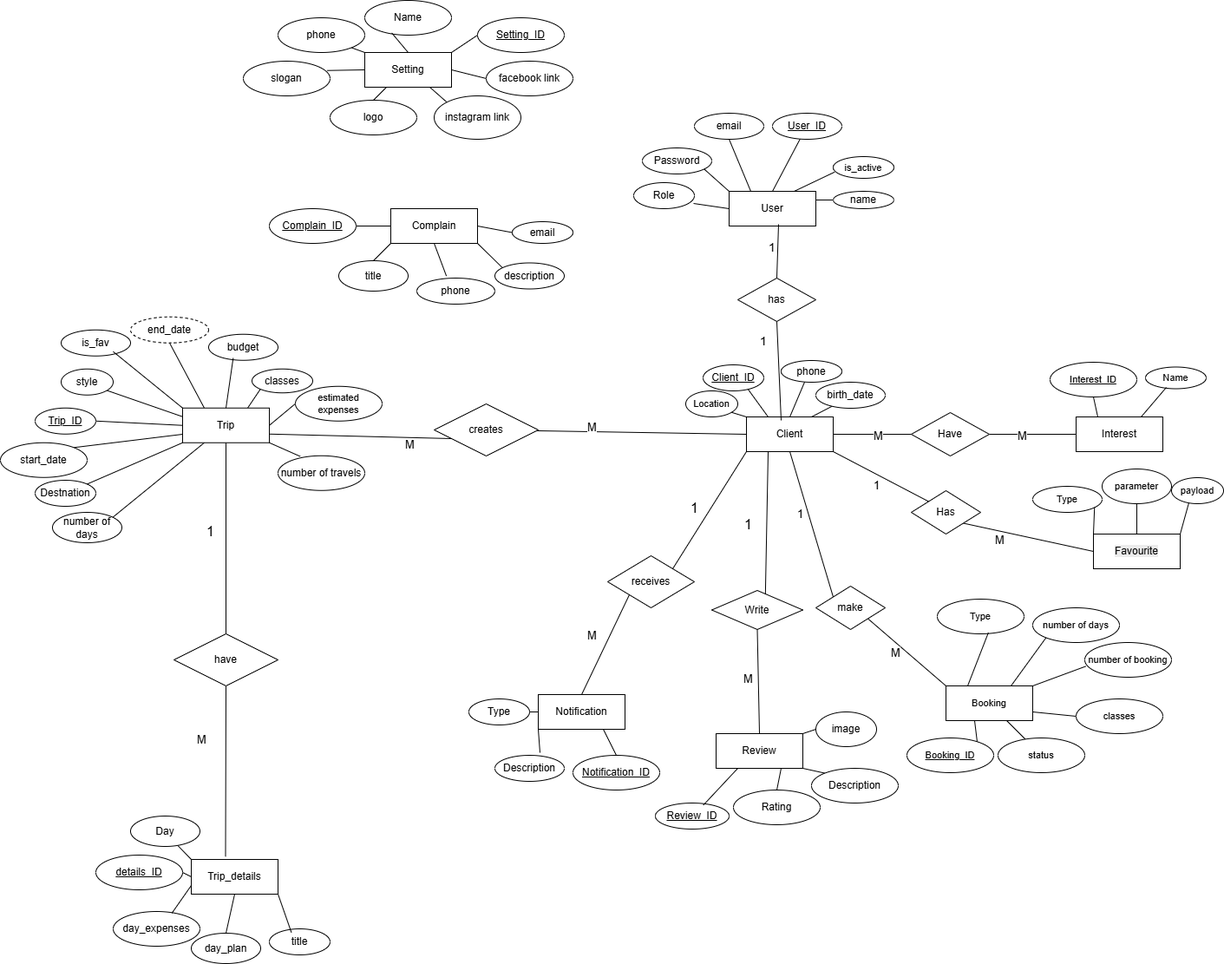
The draw.io diagram database/docs/conference_case1.drawio.png in Neveen-Fouad/conference_c1, before a commit. Source tidied: cells renumbered, new cells last; positions are measured from the earlier drawing's top-left corner, leaving out a move shared by most shapes.
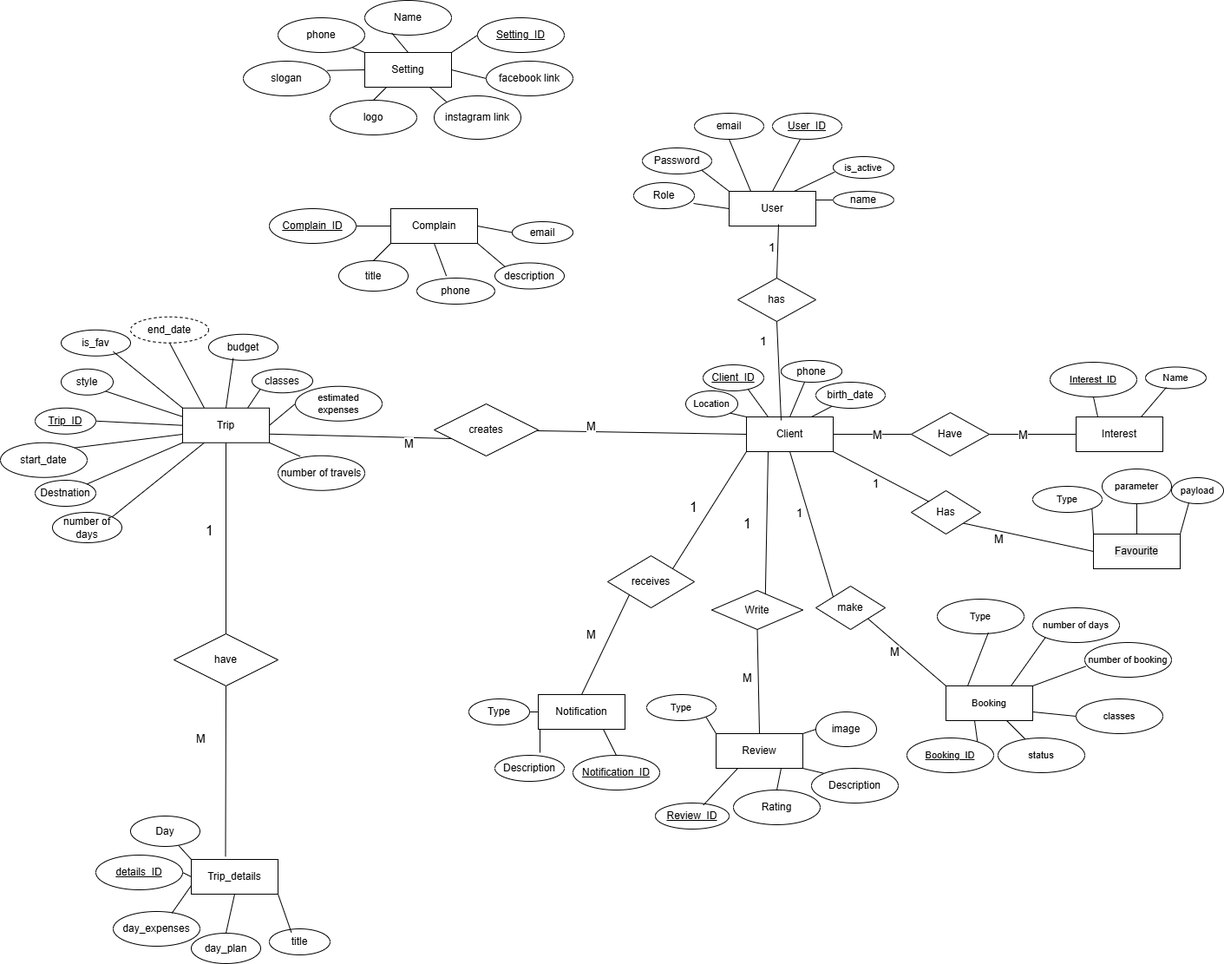
Above is the later version.

What changed in the source:
```diff
@@ -222,6 +222,9 @@
     <mxCell id="73" style="edgeStyle=none;shape=connector;rounded=0;jettySize=auto;html=1;exitX=0.75;exitY=1;exitDx=0;exitDy=0;entryX=0.5;entryY=0;entryDx=0;entryDy=0;strokeColor=default;align=center;verticalAlign=middle;fontFamily=Helvetica;fontSize=11;fontColor=default;labelBackgroundColor=default;endArrow=none;endFill=0;" parent="1" edge="1" source="74" target="76">
       <mxGeometry relative="1" as="geometry" />
     </mxCell>
+    <mxCell id="166" style="html=1;exitX=0;exitY=0;exitDx=0;exitDy=0;entryX=1;entryY=1;entryDx=0;entryDy=0;endArrow=none;endFill=0;" parent="1" edge="1" source="74" target="167">
+      <mxGeometry relative="1" as="geometry" />
+    </mxCell>
     <mxCell id="74" value="Review" style="whiteSpace=wrap;html=1;align=center;" parent="1" vertex="1">
       <mxGeometry x="825" y="845" width="100" height="40" as="geometry" />
     </mxCell>
@@ -504,5 +507,8 @@
     <mxCell id="165" value="is_active" style="ellipse;whiteSpace=wrap;html=1;align=center;fontFamily=Helvetica;fontSize=11;labelBackgroundColor=default;" parent="1" vertex="1">
       <mxGeometry x="960" y="180" width="70" height="25" as="geometry" />
     </mxCell>
+    <mxCell id="167" value="Type" style="ellipse;whiteSpace=wrap;html=1;align=center;fontFamily=Helvetica;fontSize=11;fontColor=default;labelBackgroundColor=default;" parent="1" vertex="1">
+      <mxGeometry x="745" y="800" width="80" height="30" as="geometry" />
+    </mxCell>
   </root>
 </mxGraphModel>
```
